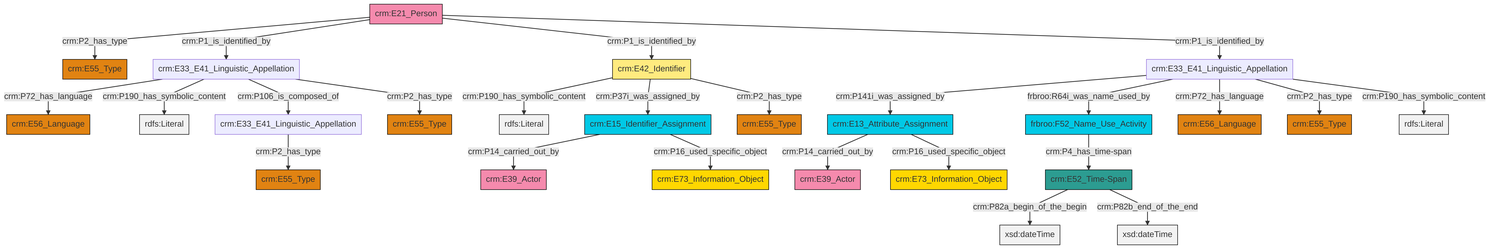
Earlier version of the Mermaid export et/personCSV/ttl/mmd/png/Person_Names_and_Classification.png (swiss-art-research-net/reference-data-models). Its source is kept beside it as et/personCSV/ttl/mmd/Person_Names_and_Classification.ttl.mmd.
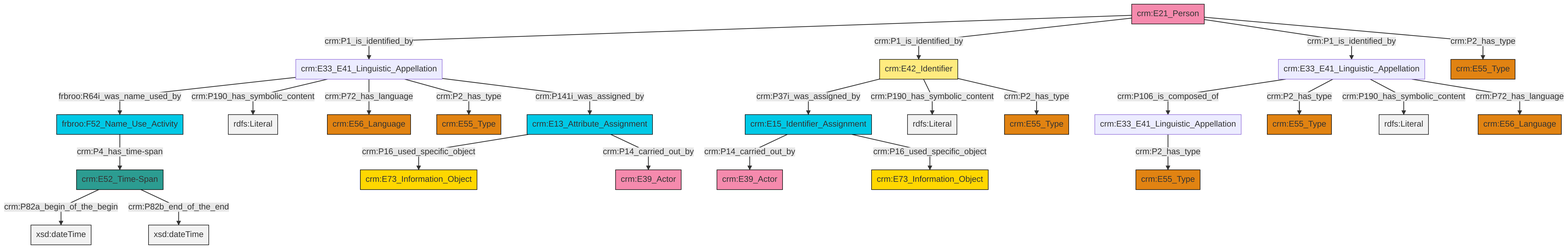
Later version of the same file.

The edit, as a diff of the source:
```diff
@@ -13,27 +13,27 @@
 classDef PC_Classes fill:#4ce600, stroke:#000000;
 classDef Multi fill:#cccccc,stroke:#000000;
 
-4["crm:E33_E41_Linguistic_Appellation"]:::Default -->|crm:P141i_was_assigned_by| 5["crm:E13_Attribute_Assignment"]:::Temporal_Entity
-4["crm:E33_E41_Linguistic_Appellation"]:::Default -->|frbroo:R64i_was_name_used_by| 9["frbroo:F52_Name_Use_Activity"]:::Temporal_Entity
-20["crm:E42_Identifier"]:::Appellation -->|crm:P190_has_symbolic_content| 21[rdfs:Literal]:::Literal
-2["crm:E21_Person"]:::Actor -->|crm:P2_has_type| 23["crm:E55_Type"]:::Type
-2["crm:E21_Person"]:::Actor -->|crm:P1_is_identified_by| 24["crm:E33_E41_Linguistic_Appellation"]:::Default
-12["crm:E33_E41_Linguistic_Appellation"]:::Default -->|crm:P2_has_type| 0["crm:E55_Type"]:::Type
-2["crm:E21_Person"]:::Actor -->|crm:P1_is_identified_by| 20["crm:E42_Identifier"]:::Appellation
-2["crm:E21_Person"]:::Actor -->|crm:P1_is_identified_by| 4["crm:E33_E41_Linguistic_Appellation"]:::Default
-24["crm:E33_E41_Linguistic_Appellation"]:::Default -->|crm:P72_has_language| 10["crm:E56_Language"]:::Type
-25["crm:E15_Identifier_Assignment"]:::Temporal_Entity -->|crm:P14_carried_out_by| 26["crm:E39_Actor"]:::Actor
-7["crm:E52_Time-Span"]:::Time-Span -->|crm:P82a_begin_of_the_begin| 27[xsd:dateTime]:::Literal
-4["crm:E33_E41_Linguistic_Appellation"]:::Default -->|crm:P72_has_language| 18["crm:E56_Language"]:::Type
-25["crm:E15_Identifier_Assignment"]:::Temporal_Entity -->|crm:P16_used_specific_object| 33["crm:E73_Information_Object"]:::Conceptual_Object
-24["crm:E33_E41_Linguistic_Appellation"]:::Default -->|crm:P190_has_symbolic_content| 35[rdfs:Literal]:::Literal
-20["crm:E42_Identifier"]:::Appellation -->|crm:P37i_was_assigned_by| 25["crm:E15_Identifier_Assignment"]:::Temporal_Entity
-4["crm:E33_E41_Linguistic_Appellation"]:::Default -->|crm:P2_has_type| 40["crm:E55_Type"]:::Type
-9["frbroo:F52_Name_Use_Activity"]:::Temporal_Entity -->|crm:P4_has_time-span| 7["crm:E52_Time-Span"]:::Time-Span
-20["crm:E42_Identifier"]:::Appellation -->|crm:P2_has_type| 36["crm:E55_Type"]:::Type
-24["crm:E33_E41_Linguistic_Appellation"]:::Default -->|crm:P106_is_composed_of| 12["crm:E33_E41_Linguistic_Appellation"]:::Default
-7["crm:E52_Time-Span"]:::Time-Span -->|crm:P82b_end_of_the_end| 42[xsd:dateTime]:::Literal
-4["crm:E33_E41_Linguistic_Appellation"]:::Default -->|crm:P190_has_symbolic_content| 43[rdfs:Literal]:::Literal
-24["crm:E33_E41_Linguistic_Appellation"]:::Default -->|crm:P2_has_type| 14["crm:E55_Type"]:::Type
-5["crm:E13_Attribute_Assignment"]:::Temporal_Entity -->|crm:P14_carried_out_by| 38["crm:E39_Actor"]:::Actor
-5["crm:E13_Attribute_Assignment"]:::Temporal_Entity -->|crm:P16_used_specific_object| 16["crm:E73_Information_Object"]:::Conceptual_Object
+4["crm:E33_E41_Linguistic_Appellation"]:::Default -->|crm:P106_is_composed_of| 2["crm:E33_E41_Linguistic_Appellation"]:::Default
+4["crm:E33_E41_Linguistic_Appellation"]:::Default -->|crm:P2_has_type| 11["crm:E55_Type"]:::Type
+4["crm:E33_E41_Linguistic_Appellation"]:::Default -->|crm:P190_has_symbolic_content| 12[rdfs:Literal]:::Literal
+13["frbroo:F52_Name_Use_Activity"]:::Temporal_Entity -->|crm:P4_has_time-span| 14["crm:E52_Time-Span"]:::Time-Span
+0["crm:E13_Attribute_Assignment"]:::Temporal_Entity -->|crm:P16_used_specific_object| 17["crm:E73_Information_Object"]:::Conceptual_Object
+18["crm:E21_Person"]:::Actor -->|crm:P1_is_identified_by| 9["crm:E33_E41_Linguistic_Appellation"]:::Default
+2["crm:E33_E41_Linguistic_Appellation"]:::Default -->|crm:P2_has_type| 19["crm:E55_Type"]:::Type
+0["crm:E13_Attribute_Assignment"]:::Temporal_Entity -->|crm:P14_carried_out_by| 20["crm:E39_Actor"]:::Actor
+9["crm:E33_E41_Linguistic_Appellation"]:::Default -->|frbroo:R64i_was_name_used_by| 13["frbroo:F52_Name_Use_Activity"]:::Temporal_Entity
+5["crm:E42_Identifier"]:::Appellation -->|crm:P37i_was_assigned_by| 27["crm:E15_Identifier_Assignment"]:::Temporal_Entity
+9["crm:E33_E41_Linguistic_Appellation"]:::Default -->|crm:P190_has_symbolic_content| 28[rdfs:Literal]:::Literal
+5["crm:E42_Identifier"]:::Appellation -->|crm:P190_has_symbolic_content| 29[rdfs:Literal]:::Literal
+4["crm:E33_E41_Linguistic_Appellation"]:::Default -->|crm:P72_has_language| 30["crm:E56_Language"]:::Type
+14["crm:E52_Time-Span"]:::Time-Span -->|crm:P82a_begin_of_the_begin| 33[xsd:dateTime]:::Literal
+14["crm:E52_Time-Span"]:::Time-Span -->|crm:P82b_end_of_the_end| 37[xsd:dateTime]:::Literal
+27["crm:E15_Identifier_Assignment"]:::Temporal_Entity -->|crm:P14_carried_out_by| 15["crm:E39_Actor"]:::Actor
+9["crm:E33_E41_Linguistic_Appellation"]:::Default -->|crm:P72_has_language| 7["crm:E56_Language"]:::Type
+18["crm:E21_Person"]:::Actor -->|crm:P1_is_identified_by| 5["crm:E42_Identifier"]:::Appellation
+18["crm:E21_Person"]:::Actor -->|crm:P1_is_identified_by| 4["crm:E33_E41_Linguistic_Appellation"]:::Default
+9["crm:E33_E41_Linguistic_Appellation"]:::Default -->|crm:P2_has_type| 21["crm:E55_Type"]:::Type
+18["crm:E21_Person"]:::Actor -->|crm:P2_has_type| 40["crm:E55_Type"]:::Type
+5["crm:E42_Identifier"]:::Appellation -->|crm:P2_has_type| 35["crm:E55_Type"]:::Type
+9["crm:E33_E41_Linguistic_Appellation"]:::Default -->|crm:P141i_was_assigned_by| 0["crm:E13_Attribute_Assignment"]:::Temporal_Entity
+27["crm:E15_Identifier_Assignment"]:::Temporal_Entity -->|crm:P16_used_specific_object| 24["crm:E73_Information_Object"]:::Conceptual_Object
```
